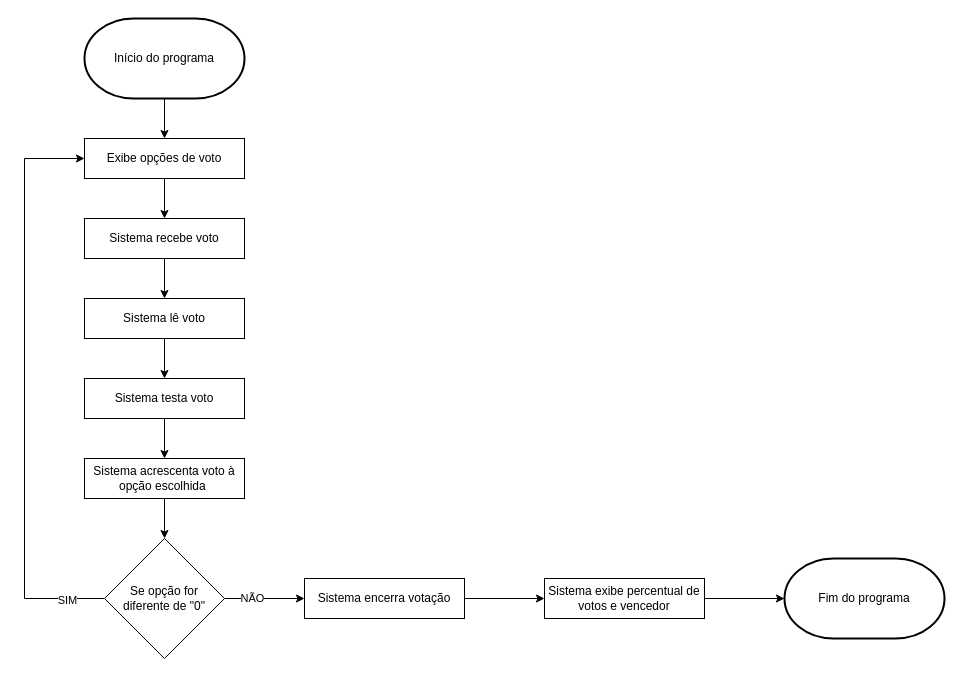
Earlier version of the draw.io diagram Diagrama sem nome.drawio (yukiecanatto/urna-eletronica). Source tidied: cells renumbered, new cells numbered last; positions are measured from the earlier drawing's top-left corner, leaving out a move shared by most shapes. Both pictures are drawn from the tidied source at 100%, with x=0, y=0 at pixel (24, 18).
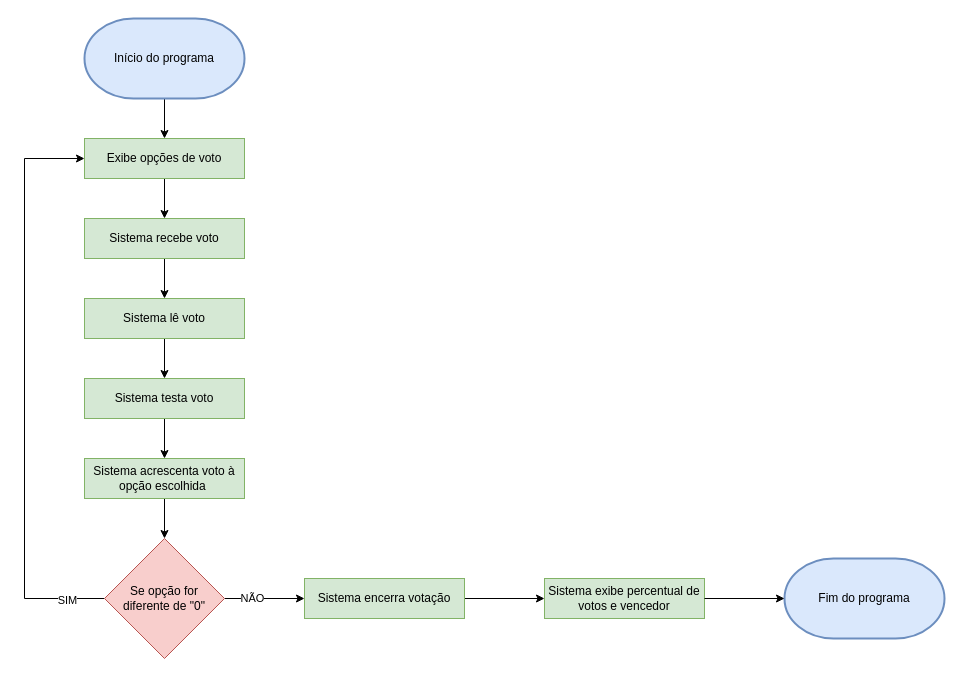
The same page after the edit.

What changed in the source:
```diff
@@
-    <mxCell id="3" value="Início do programa" style="strokeWidth=2;html=1;shape=mxgraph.flowchart.terminator;whiteSpace=wrap;" parent="1" vertex="1">
+    <mxCell id="3" value="Início do programa" style="strokeWidth=2;html=1;shape=mxgraph.flowchart.terminator;whiteSpace=wrap;fillColor=#dae8fc;strokeColor=#6c8ebf;" parent="1" vertex="1">
       <mxGeometry x="60" width="160" height="80" as="geometry" />
     </mxCell>
@@
-    <mxCell id="5" value="Exibe opções de voto" style="rounded=0;whiteSpace=wrap;html=1;" parent="1" vertex="1">
+    <mxCell id="5" value="Exibe opções de voto" style="rounded=0;whiteSpace=wrap;html=1;fillColor=#d5e8d4;strokeColor=#82b366;" parent="1" vertex="1">
       <mxGeometry x="60" y="120" width="160" height="40" as="geometry" />
     </mxCell>
@@
-    <mxCell id="7" value="Sistema recebe voto" style="rounded=0;whiteSpace=wrap;html=1;" parent="1" vertex="1">
+    <mxCell id="7" value="Sistema recebe voto" style="rounded=0;whiteSpace=wrap;html=1;fillColor=#d5e8d4;strokeColor=#82b366;" parent="1" vertex="1">
       <mxGeometry x="60" y="200" width="160" height="40" as="geometry" />
     </mxCell>
@@
-    <mxCell id="9" value="Sistema lê voto" style="rounded=0;whiteSpace=wrap;html=1;" parent="1" vertex="1">
+    <mxCell id="9" value="Sistema lê voto" style="rounded=0;whiteSpace=wrap;html=1;fillColor=#d5e8d4;strokeColor=#82b366;" parent="1" vertex="1">
       <mxGeometry x="60" y="280" width="160" height="40" as="geometry" />
     </mxCell>
@@
-    <mxCell id="11" value="Sistema testa voto" style="rounded=0;whiteSpace=wrap;html=1;" parent="1" vertex="1">
+    <mxCell id="11" value="Sistema testa voto" style="rounded=0;whiteSpace=wrap;html=1;fillColor=#d5e8d4;strokeColor=#82b366;" parent="1" vertex="1">
       <mxGeometry x="60" y="360" width="160" height="40" as="geometry" />
     </mxCell>
@@
-    <mxCell id="13" value="Sistema acrescenta voto à opção escolhida&amp;nbsp;" style="rounded=0;whiteSpace=wrap;html=1;" parent="1" vertex="1">
+    <mxCell id="13" value="Sistema acrescenta voto à opção escolhida&amp;nbsp;" style="rounded=0;whiteSpace=wrap;html=1;fillColor=#d5e8d4;strokeColor=#82b366;" parent="1" vertex="1">
       <mxGeometry x="60" y="440" width="160" height="40" as="geometry" />
     </mxCell>
@@
-    <mxCell id="18" value="Se opção for diferente de &quot;0&quot;" style="rhombus;whiteSpace=wrap;html=1;" parent="1" vertex="1">
+    <mxCell id="18" value="Se opção for diferente de &quot;0&quot;" style="rhombus;whiteSpace=wrap;html=1;fillColor=#f8cecc;strokeColor=#b85450;" parent="1" vertex="1">
       <mxGeometry x="80" y="520" width="120" height="120" as="geometry" />
     </mxCell>
-    <mxCell id="19" value="Fim do programa" style="strokeWidth=2;html=1;shape=mxgraph.flowchart.terminator;whiteSpace=wrap;" parent="1" vertex="1">
+    <mxCell id="19" value="Fim do programa" style="strokeWidth=2;html=1;shape=mxgraph.flowchart.terminator;whiteSpace=wrap;fillColor=#dae8fc;strokeColor=#6c8ebf;" parent="1" vertex="1">
       <mxGeometry x="760" y="540" width="160" height="80" as="geometry" />
     </mxCell>
-    <mxCell id="20" value="Sistema exibe percentual de votos e vencedor" style="rounded=0;whiteSpace=wrap;html=1;" parent="1" vertex="1">
+    <mxCell id="20" value="Sistema exibe percentual de votos e vencedor" style="rounded=0;whiteSpace=wrap;html=1;fillColor=#d5e8d4;strokeColor=#82b366;" parent="1" vertex="1">
       <mxGeometry x="520" y="560" width="160" height="40" as="geometry" />
     </mxCell>
@@
-    <mxCell id="22" value="Sistema encerra votação" style="rounded=0;whiteSpace=wrap;html=1;" parent="1" vertex="1">
+    <mxCell id="22" value="Sistema encerra votação" style="rounded=0;whiteSpace=wrap;html=1;fillColor=#d5e8d4;strokeColor=#82b366;" parent="1" vertex="1">
       <mxGeometry x="280" y="560" width="160" height="40" as="geometry" />
     </mxCell>
```
